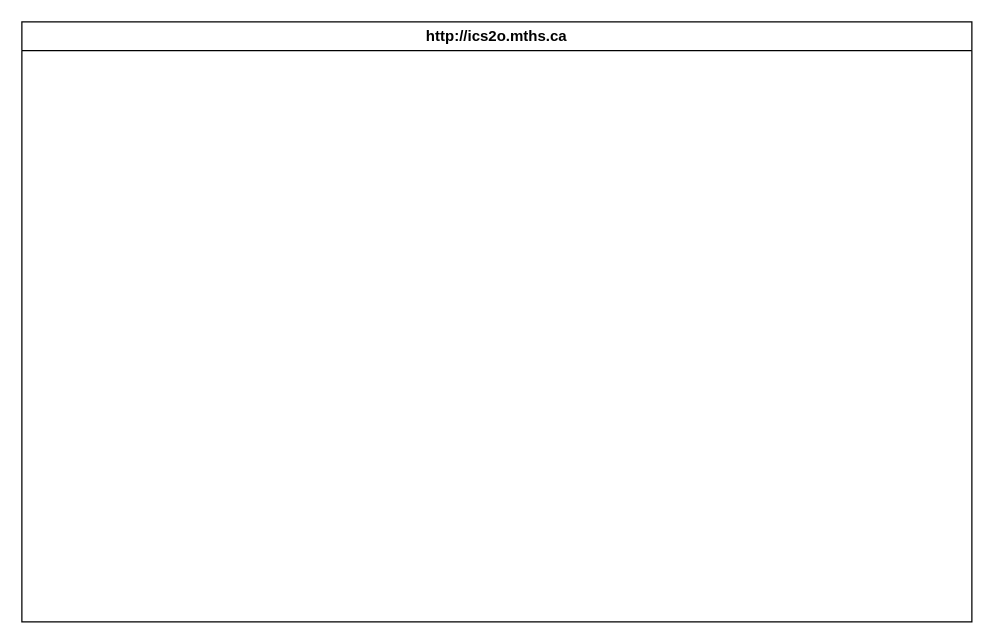
Earlier version of the draw.io diagram design/storyboard.drawio (MTHS-ICS2O-2-2022/ics2o---unit-5-05-jakub-malhotra). Source tidied: cells renumbered, new cells numbered last; positions are measured from the earlier drawing's top-left corner, leaving out a move shared by most shapes. Both pictures are drawn from the tidied source at 125%, with x=0, y=0 at pixel (21, 21).
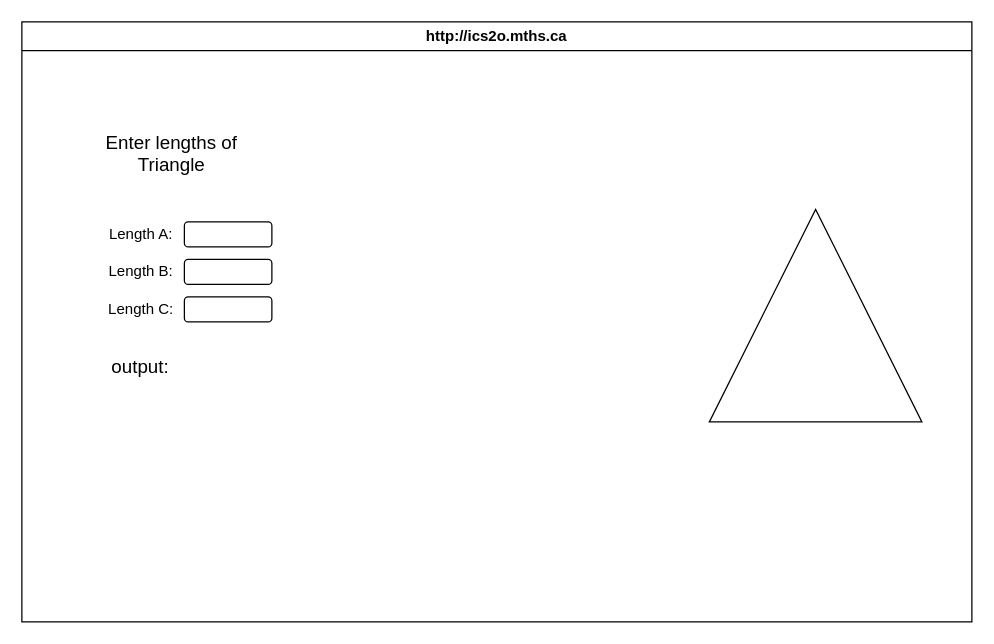
The same diagram, later.

What changed in the source:
```diff
@@
 <mxGraphModel>
   <root>
     <mxCell id="0" />
     <mxCell id="1" parent="0" />
     <mxCell id="2" value="http://ics2o.mths.ca" style="swimlane;whiteSpace=wrap;html=1;" parent="1" vertex="1">
       <mxGeometry width="760" height="480" as="geometry" />
     </mxCell>
+    <mxCell id="3" style="triangle;whiteSpace=wrap;html=1;rotation=-90;" parent="2" vertex="1">
+      <mxGeometry x="550" y="150" width="170" height="170" as="geometry" />
+    </mxCell>
+    <mxCell id="4" value="&lt;font style=&quot;font-size: 15px;&quot;&gt;Enter lengths of Triangle&lt;/font&gt;" style="text;html=1;strokeColor=none;fillColor=none;align=center;verticalAlign=middle;whiteSpace=wrap;rounded=0;" parent="2" vertex="1">
+      <mxGeometry x="40" y="90" width="160" height="30" as="geometry" />
+    </mxCell>
+    <mxCell id="5" style="rounded=1;whiteSpace=wrap;html=1;" parent="2" vertex="1">
+      <mxGeometry x="130" y="160" width="70" height="20" as="geometry" />
+    </mxCell>
+    <mxCell id="6" style="rounded=1;whiteSpace=wrap;html=1;" parent="2" vertex="1">
+      <mxGeometry x="130" y="220" width="70" height="20" as="geometry" />
+    </mxCell>
+    <mxCell id="7" style="rounded=1;whiteSpace=wrap;html=1;" parent="2" vertex="1">
+      <mxGeometry x="130" y="190" width="70" height="20" as="geometry" />
+    </mxCell>
+    <mxCell id="8" value="Length A:" style="text;html=1;align=center;verticalAlign=middle;strokeColor=none;fillColor=none;" parent="2" vertex="1">
+      <mxGeometry x="60" y="155" width="70" height="30" as="geometry" />
+    </mxCell>
+    <mxCell id="9" value="Length C:" style="text;html=1;align=center;verticalAlign=middle;strokeColor=none;fillColor=none;" parent="2" vertex="1">
+      <mxGeometry x="55" y="215" width="80" height="30" as="geometry" />
+    </mxCell>
+    <mxCell id="10" value="Length B:" style="text;html=1;align=center;verticalAlign=middle;strokeColor=none;fillColor=none;" parent="2" vertex="1">
+      <mxGeometry x="55" y="185" width="80" height="30" as="geometry" />
+    </mxCell>
+    <mxCell id="11" value="output:" style="text;html=1;strokeColor=none;fillColor=none;align=center;verticalAlign=middle;whiteSpace=wrap;rounded=0;fontSize=15;" parent="2" vertex="1">
+      <mxGeometry x="65" y="260" width="60" height="30" as="geometry" />
+    </mxCell>
   </root>
 </mxGraphModel>
```
